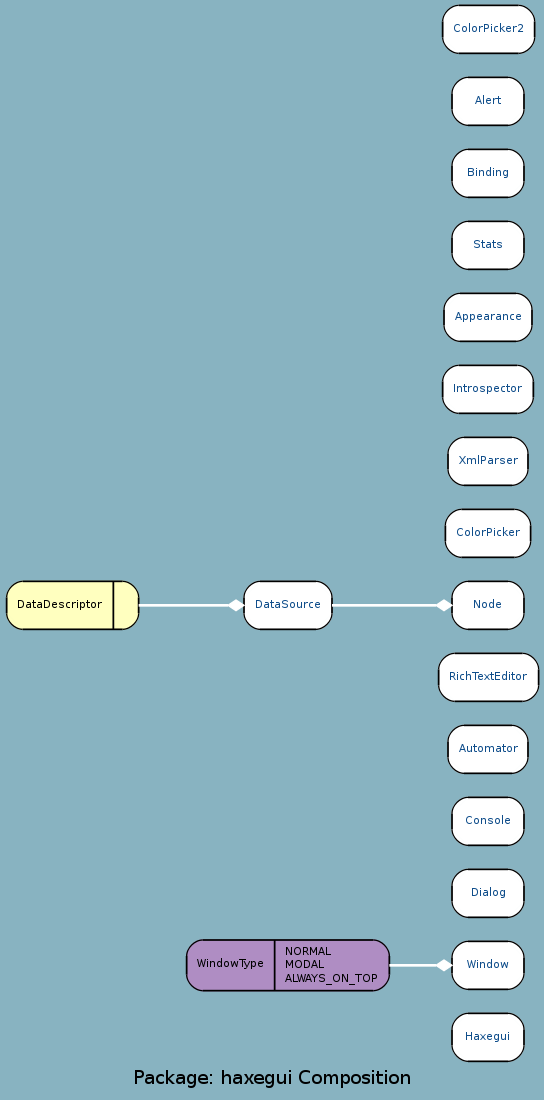
This is docs/uml/haxegui_C.png from google-code-export/haxegui, a Graphviz export, as it was before one commit. Its source is kept beside it as docs/uml/haxegui_C.dot.
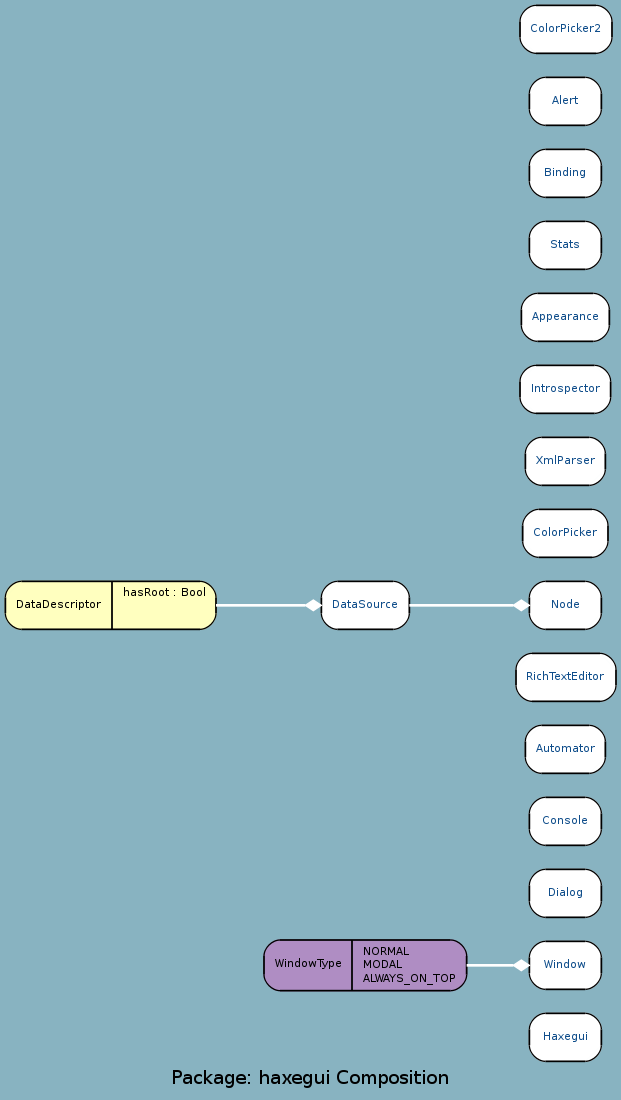
Above is the later version.

What changed in the source:
```diff
@@ -2,27 +2,27 @@
 	graph [label="Package: haxegui Composition", ratio=compress, rankdir=RL, smoothing=avg_dist, overlap=false, fontname="DejaVu Sans Condenesed", fontsize=14, bgcolor="#88B3C1", fontcolor=black];
 	node [label="\N", fontname="DejaVu Sans Condenesed", fontsize=8, shape=record, color=black, fontcolor=black];
 	edge [fontname="DejaVu Sans Condenesed", fontsize=8, color=black, fontcolor=black];
-	graph [lp="200,12",
-		bb="0,0,400,817"];
-	"haxegui.Haxegui" [label="{\nHaxegui}", fontcolor="#104E8B", style="rounded,filled", fillcolor=white, URL="../types/haxegui/Haxegui.html", tooltip="\nHaxegui", pos="362,43", rects="335,25,389,61", width="0.75", height="0.50"];
-	"haxegui.Window" [label="{\nWindow}", fontcolor="#104E8B", style="rounded,filled", fillcolor=white, URL="../types/haxegui/Window.html", tooltip="\nWindow", pos="362,97", rects="335,79,389,115", width="0.75", height="0.50"];
-	"haxegui.WindowType" [label="{\nWindowType|NORMAL\lMODAL\lALWAYS_ON_TOP\l}", style="rounded,filled", fillcolor="#af8dc3", pos="212,97", rects="136,78,202,116 202,78,288,116", width="2.11", height="0.53"];
-	"haxegui.Dialog" [label="{\nDialog}", fontcolor="#104E8B", style="rounded,filled", fillcolor=white, URL="../types/haxegui/Dialog.html", tooltip="\nDialog", pos="362,151", rects="335,133,389,169", width="0.75", height="0.50"];
-	"haxegui.Console" [label="{\nConsole}", fontcolor="#104E8B", style="rounded,filled", fillcolor=white, URL="../types/haxegui/Console.html", tooltip="\nConsole", pos="362,205", rects="335,187,389,223", width="0.75", height="0.50"];
-	"haxegui.Automator" [label="{\nAutomator}", fontcolor="#104E8B", style="rounded,filled", fillcolor=white, URL="../types/haxegui/Automator.html", tooltip="\nAutomator", pos="362,259", rects="332,241,392,277", width="0.83", height="0.50"];
-	"haxegui.RichTextEditor" [label="{\nRichTextEditor}", fontcolor="#104E8B", style="rounded,filled", fillcolor=white, URL="../types/haxegui/RichTextEditor.html", tooltip="\nRichTextEditor", pos="362,313", rects="325,295,400,331", width="1.03", height="0.50"];
-	"haxegui.DataDescriptor" [label="{\nDataDescriptor|}", style="rounded,filled", fillcolor="#ffffbf", pos="50,367", rects="1,349,81,385 81,349,100,385", width="1.36", height="0.50"];
-	"haxegui.DataSource" [label="{\nDataSource}", fontcolor="#104E8B", style="rounded,filled", fillcolor=white, URL="../types/haxegui/DataSource.html", tooltip="\nDataSource", pos="212,367", rects="179,349,245,385", width="0.92", height="0.50"];
-	"haxegui.ColorPicker" [label="{\nColorPicker}", fontcolor="#104E8B", style="rounded,filled", fillcolor=white, URL="../types/haxegui/ColorPicker.html", tooltip="\nColorPicker", pos="362,421", rects="330,403,394,439", width="0.89", height="0.50"];
-	"haxegui.XmlParser" [label="{\nXmlParser}", fontcolor="#104E8B", style="rounded,filled", fillcolor=white, URL="../types/haxegui/XmlParser.html", tooltip="\nXmlParser", pos="362,475", rects="332,457,392,493", width="0.83", height="0.50"];
-	"haxegui.Node" [label="{\nNode}", fontcolor="#104E8B", style="rounded,filled", fillcolor=white, URL="../types/haxegui/Node.html", tooltip="\nNode", pos="362,367", rects="335,349,389,385", width="0.75", height="0.50"];
-	"haxegui.Introspector" [label="{\nIntrospector}", fontcolor="#104E8B", style="rounded,filled", fillcolor=white, URL="../types/haxegui/Introspector.html", tooltip="\nIntrospector", pos="362,529", rects="328,511,396,547", width="0.94", height="0.50"];
-	"haxegui.Appearance" [label="{\nAppearance}", fontcolor="#104E8B", style="rounded,filled", fillcolor=white, URL="../types/haxegui/Appearance.html", tooltip="\nAppearance", pos="362,583", rects="329,565,395,601", width="0.92", height="0.50"];
-	"haxegui.Stats" [label="{\nStats}", fontcolor="#104E8B", style="rounded,filled", fillcolor=white, URL="../types/haxegui/Stats.html", tooltip="\nStats", pos="362,637", rects="335,619,389,655", width="0.75", height="0.50"];
-	"haxegui.Binding" [label="{\nBinding}", fontcolor="#104E8B", style="rounded,filled", fillcolor=white, URL="../types/haxegui/Binding.html", tooltip="\nBinding", pos="362,691", rects="335,673,389,709", width="0.75", height="0.50"];
-	"haxegui.Alert" [label="{\nAlert}", fontcolor="#104E8B", style="rounded,filled", fillcolor=white, URL="../types/haxegui/Alert.html", tooltip="\nAlert", pos="362,745", rects="335,727,389,763", width="0.75", height="0.50"];
-	"haxegui.ColorPicker2" [label="{\nColorPicker2}", fontcolor="#104E8B", style="rounded,filled", fillcolor=white, URL="../types/haxegui/ColorPicker2.html", tooltip="\nColorPicker2", pos="362,799", rects="328,781,397,817", width="0.94", height="0.50"];
-	"haxegui.Window" -> "haxegui.WindowType" [color=white, style=bold, arrowhead=none, arrowtail=diamond, arrowsize=1, pos="s,335,97 323,97 312,97 300,97 288,97"];
-	"haxegui.DataSource" -> "haxegui.DataDescriptor" [color=white, style=bold, arrowhead=none, arrowtail=diamond, arrowsize=1, pos="s,179,367 167,367 146,367 122,367 100,367"];
-	"haxegui.Node" -> "haxegui.DataSource" [color=white, style=bold, arrowhead=none, arrowtail=diamond, arrowsize=1, pos="s,335,367 323,367 299,367 268,367 245,367"];
+	graph [lp="229,12",
+		bb="0,0,458,817"];
+	"haxegui.Haxegui" [label="{\nHaxegui}", fontcolor="#104E8B", style="rounded,filled", fillcolor=white, URL="../types/haxegui/Haxegui.html", tooltip="\nHaxegui", pos="420,43", rects="393,25,447,61", width="0.75", height="0.50"];
+	"haxegui.Window" [label="{\nWindow}", fontcolor="#104E8B", style="rounded,filled", fillcolor=white, URL="../types/haxegui/Window.html", tooltip="\nWindow", pos="420,97", rects="393,79,447,115", width="0.75", height="0.50"];
+	"haxegui.WindowType" [label="{\nWindowType|NORMAL\lMODAL\lALWAYS_ON_TOP\l}", style="rounded,filled", fillcolor="#af8dc3", pos="270,97", rects="194,78,260,116 260,78,346,116", width="2.11", height="0.53"];
+	"haxegui.Dialog" [label="{\nDialog}", fontcolor="#104E8B", style="rounded,filled", fillcolor=white, URL="../types/haxegui/Dialog.html", tooltip="\nDialog", pos="420,151", rects="393,133,447,169", width="0.75", height="0.50"];
+	"haxegui.Console" [label="{\nConsole}", fontcolor="#104E8B", style="rounded,filled", fillcolor=white, URL="../types/haxegui/Console.html", tooltip="\nConsole", pos="420,205", rects="393,187,447,223", width="0.75", height="0.50"];
+	"haxegui.Automator" [label="{\nAutomator}", fontcolor="#104E8B", style="rounded,filled", fillcolor=white, URL="../types/haxegui/Automator.html", tooltip="\nAutomator", pos="420,259", rects="390,241,450,277", width="0.83", height="0.50"];
+	"haxegui.RichTextEditor" [label="{\nRichTextEditor}", fontcolor="#104E8B", style="rounded,filled", fillcolor=white, URL="../types/haxegui/RichTextEditor.html", tooltip="\nRichTextEditor", pos="420,313", rects="383,295,458,331", width="1.03", height="0.50"];
+	"haxegui.DataDescriptor" [label="{\nDataDescriptor|hasRoot : Bool\l}", style="rounded,filled", fillcolor="#ffffbf", pos="79,367", rects="0,349,80,385 80,349,158,385", width="2.19", height="0.50"];
+	"haxegui.DataSource" [label="{\nDataSource}", fontcolor="#104E8B", style="rounded,filled", fillcolor=white, URL="../types/haxegui/DataSource.html", tooltip="\nDataSource", pos="270,367", rects="237,349,303,385", width="0.92", height="0.50"];
+	"haxegui.ColorPicker" [label="{\nColorPicker}", fontcolor="#104E8B", style="rounded,filled", fillcolor=white, URL="../types/haxegui/ColorPicker.html", tooltip="\nColorPicker", pos="420,421", rects="388,403,452,439", width="0.89", height="0.50"];
+	"haxegui.XmlParser" [label="{\nXmlParser}", fontcolor="#104E8B", style="rounded,filled", fillcolor=white, URL="../types/haxegui/XmlParser.html", tooltip="\nXmlParser", pos="420,475", rects="390,457,450,493", width="0.83", height="0.50"];
+	"haxegui.Node" [label="{\nNode}", fontcolor="#104E8B", style="rounded,filled", fillcolor=white, URL="../types/haxegui/Node.html", tooltip="\nNode", pos="420,367", rects="393,349,447,385", width="0.75", height="0.50"];
+	"haxegui.Introspector" [label="{\nIntrospector}", fontcolor="#104E8B", style="rounded,filled", fillcolor=white, URL="../types/haxegui/Introspector.html", tooltip="\nIntrospector", pos="420,529", rects="386,511,454,547", width="0.94", height="0.50"];
+	"haxegui.Appearance" [label="{\nAppearance}", fontcolor="#104E8B", style="rounded,filled", fillcolor=white, URL="../types/haxegui/Appearance.html", tooltip="\nAppearance", pos="420,583", rects="387,565,453,601", width="0.92", height="0.50"];
+	"haxegui.Stats" [label="{\nStats}", fontcolor="#104E8B", style="rounded,filled", fillcolor=white, URL="../types/haxegui/Stats.html", tooltip="\nStats", pos="420,637", rects="393,619,447,655", width="0.75", height="0.50"];
+	"haxegui.Binding" [label="{\nBinding}", fontcolor="#104E8B", style="rounded,filled", fillcolor=white, URL="../types/haxegui/Binding.html", tooltip="\nBinding", pos="420,691", rects="393,673,447,709", width="0.75", height="0.50"];
+	"haxegui.Alert" [label="{\nAlert}", fontcolor="#104E8B", style="rounded,filled", fillcolor=white, URL="../types/haxegui/Alert.html", tooltip="\nAlert", pos="420,745", rects="393,727,447,763", width="0.75", height="0.50"];
+	"haxegui.ColorPicker2" [label="{\nColorPicker2}", fontcolor="#104E8B", style="rounded,filled", fillcolor=white, URL="../types/haxegui/ColorPicker2.html", tooltip="\nColorPicker2", pos="420,799", rects="386,781,455,817", width="0.94", height="0.50"];
+	"haxegui.Window" -> "haxegui.WindowType" [color=white, style=bold, arrowhead=none, arrowtail=diamond, arrowsize=1, pos="s,393,97 381,97 370,97 358,97 346,97"];
+	"haxegui.DataSource" -> "haxegui.DataDescriptor" [color=white, style=bold, arrowhead=none, arrowtail=diamond, arrowsize=1, pos="s,237,367 225,367 205,367 181,367 158,367"];
+	"haxegui.Node" -> "haxegui.DataSource" [color=white, style=bold, arrowhead=none, arrowtail=diamond, arrowsize=1, pos="s,393,367 381,367 357,367 326,367 303,367"];
 }
```
